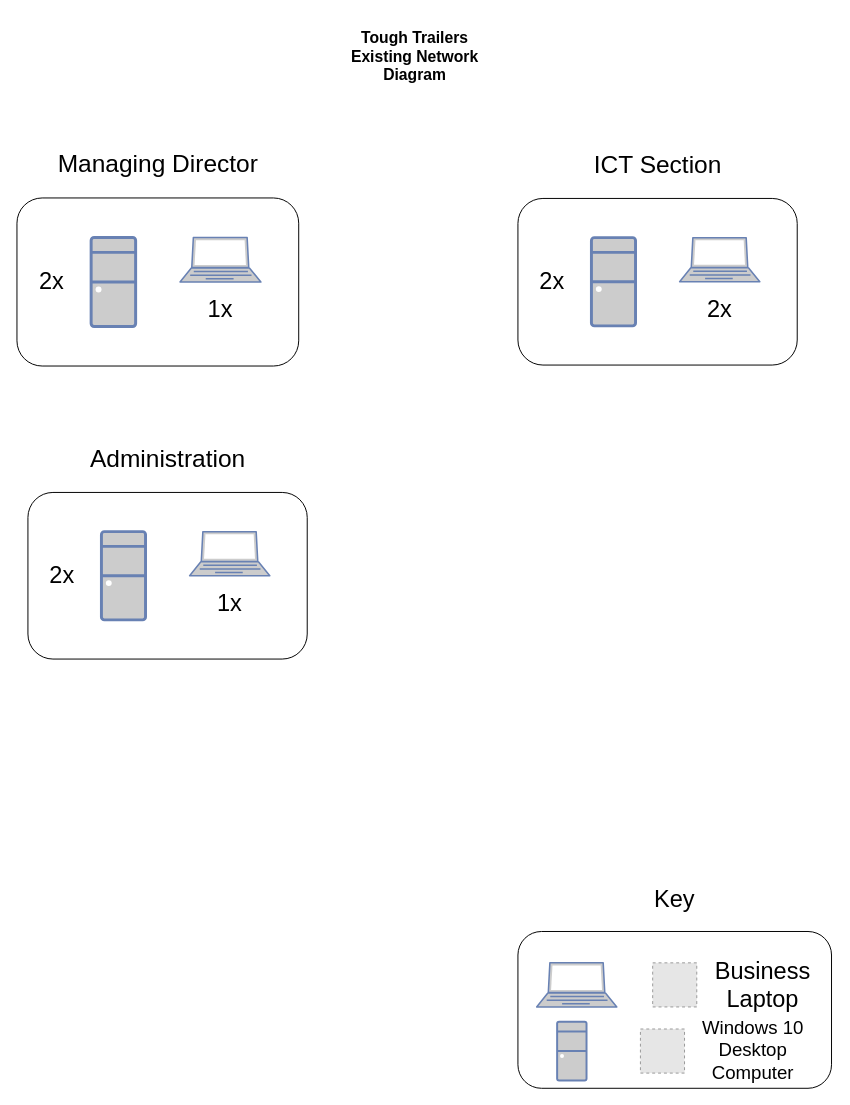
The draw.io diagram ToughTrailersExistingNetworkDiagram.drawio in TechWiz-3/Network-Diagrams, before the edit. Source tidied: cells renumbered, new cells numbered last; positions are measured from the earlier drawing's top-left corner, leaving out a move shared by most shapes. Both pictures are drawn from the tidied source at 98%, with x=0, y=0 at pixel (17, 17). Pictures stored in the file or linked from it are replaced by grey dashed boxes.
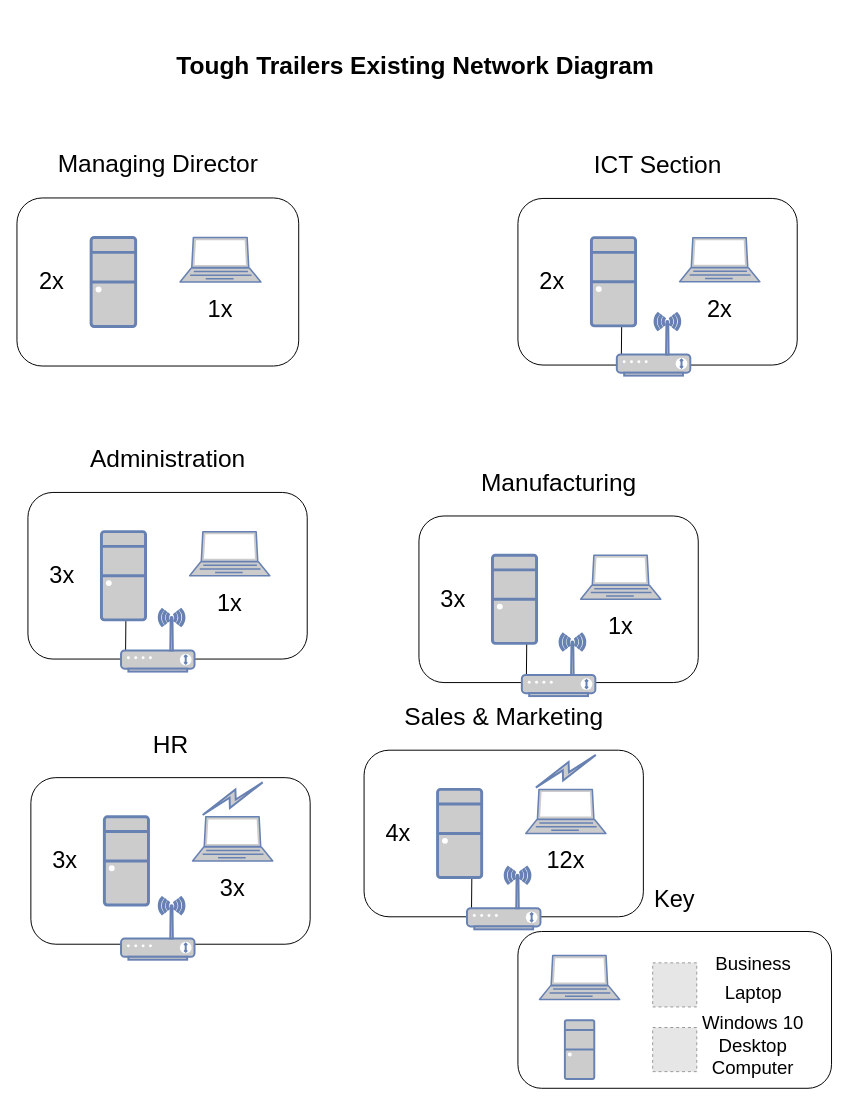
After the change.

Diff of the diagram source:
```diff
@@
-    <mxCell id="2" value="&lt;font style=&quot;font-size: 16px;&quot;&gt;&lt;b&gt;&lt;font style=&quot;font-size: 16px;&quot;&gt;Tough Trailers Existing Network Diagram&lt;/font&gt;&lt;/b&gt;&lt;/font&gt;" style="text;html=1;strokeColor=none;fillColor=none;align=center;verticalAlign=middle;whiteSpace=wrap;rounded=0;" parent="1" vertex="1">
-      <mxGeometry x="336" width="140" height="80" as="geometry" />
+    <mxCell id="2" value="&lt;font style=&quot;font-size: 25px;&quot;&gt;&lt;b&gt;&lt;font style=&quot;font-size: 25px;&quot;&gt;Tough Trailers Existing Network Diagram&lt;/font&gt;&lt;/b&gt;&lt;/font&gt;" style="text;html=1;strokeColor=none;fillColor=none;align=center;verticalAlign=middle;whiteSpace=wrap;rounded=0;" parent="1" vertex="1">
+      <mxGeometry x="151" y="9" width="511" height="80" as="geometry" />
     </mxCell>
@@
     <mxCell id="5" style="fontColor=#0066CC;verticalAlign=top;verticalLabelPosition=bottom;labelPosition=center;align=center;html=1;fillColor=#CCCCCC;strokeColor=#6881B3;gradientColor=none;gradientDirection=north;strokeWidth=2;shape=mxgraph.networks.laptop;rounded=1;fontSize=24;" parent="1" vertex="1">
-      <mxGeometry x="530.1" y="965" width="81.8" height="45" as="geometry" />
+      <mxGeometry x="533" y="957.5" width="81.8" height="45" as="geometry" />
     </mxCell>
@@
-    <mxCell id="7" value="Business Laptop" style="text;html=1;strokeColor=none;fillColor=none;align=center;verticalAlign=middle;whiteSpace=wrap;rounded=0;fontSize=24;" parent="1" vertex="1">
-      <mxGeometry x="731" y="972.5" width="60" height="30" as="geometry" />
+    <mxCell id="7" value="&lt;font style=&quot;font-size: 19px;&quot;&gt;Business Laptop&lt;/font&gt;" style="text;html=1;strokeColor=none;fillColor=none;align=center;verticalAlign=middle;whiteSpace=wrap;rounded=0;fontSize=24;" parent="1" vertex="1">
+      <mxGeometry x="704.5" y="948.5" width="93" height="61.5" as="geometry" />
     </mxCell>
     <mxCell id="8" style="fontColor=#0066CC;verticalAlign=top;verticalLabelPosition=bottom;labelPosition=center;align=center;html=1;fillColor=#CCCCCC;strokeColor=#6881B3;gradientColor=none;gradientDirection=north;strokeWidth=2;shape=mxgraph.networks.desktop_pc;rounded=1;fontSize=24;" parent="1" vertex="1">
-      <mxGeometry x="551" y="1025" width="30" height="60" as="geometry" />
+      <mxGeometry x="558.9" y="1023.5" width="30" height="60" as="geometry" />
     </mxCell>
     <mxCell id="9" style="fillColor=#E6E6E6;strokeColor=#999999;dashed=1;html=1;verticalAlign=top;verticalLabelPosition=bottom;labelBackgroundColor=#ffffff;fontSize=24;" parent="1" vertex="1">
-      <mxGeometry x="636" y="1032.5" width="45" height="45" as="geometry" />
+      <mxGeometry x="648.5" y="1031" width="45" height="45" as="geometry" />
     </mxCell>
     <mxCell id="10" value="&lt;div style=&quot;font-size: 19px;&quot; align=&quot;center&quot;&gt;&lt;font style=&quot;font-size: 19px;&quot;&gt;Windows 10&lt;/font&gt; &lt;font style=&quot;font-size: 19px;&quot;&gt;Desktop Computer&lt;/font&gt;&lt;/div&gt;" style="text;html=1;strokeColor=none;fillColor=none;align=center;verticalAlign=middle;whiteSpace=wrap;rounded=0;fontFamily=Helvetica;fontSize=19;" parent="1" vertex="1">
-      <mxGeometry x="681" y="1044.1" width="140" height="21.7" as="geometry" />
+      <mxGeometry x="681" y="1020" width="140" height="60.9" as="geometry" />
     </mxCell>
@@
     <mxCell id="18" style="group;" parent="1" vertex="1">
-      <mxGeometry x="511" y="125" width="285" height="230" as="geometry" />
+      <mxGeometry x="511" y="125" width="285" height="242.8" as="geometry" />
     </mxCell>
@@
-    <mxCell id="22" style="fontColor=#0066CC;verticalAlign=top;verticalLabelPosition=bottom;labelPosition=center;align=center;html=1;fillColor=#CCCCCC;strokeColor=#6881B3;gradientColor=none;gradientDirection=north;strokeWidth=2;shape=mxgraph.networks.desktop_pc;rounded=1;fontSize=24;" parent="18" vertex="1">
-      <mxGeometry x="75" y="100" width="45" height="90" as="geometry" />
-    </mxCell>
@@
+    <mxCell id="32" style="endArrow=none;html=1;rounded=0;fontFamily=Helvetica;fontSize=19;entryX=0.339;entryY=1.008;entryDx=0;entryDy=0;entryPerimeter=0;" parent="18" edge="1">
+      <mxGeometry relative="1" as="geometry">
+        <mxPoint x="105.9" y="184" as="sourcePoint" />
+        <mxPoint x="105.5" y="225.4" as="targetPoint" />
+      </mxGeometry>
+    </mxCell>
+    <mxCell id="33" style="fontColor=#0066CC;verticalAlign=top;verticalLabelPosition=bottom;labelPosition=center;align=center;html=1;fillColor=#CCCCCC;strokeColor=#6881B3;gradientColor=none;gradientDirection=north;strokeWidth=2;shape=mxgraph.networks.wireless_modem;rounded=1;fontFamily=Helvetica;fontSize=19;" parent="18" vertex="1">
+      <mxGeometry x="100.9" y="177" width="75" height="63.8" as="geometry" />
+    </mxCell>
+    <mxCell id="22" style="fontColor=#0066CC;verticalAlign=top;verticalLabelPosition=bottom;labelPosition=center;align=center;html=1;fillColor=#CCCCCC;strokeColor=#6881B3;gradientColor=none;gradientDirection=north;strokeWidth=2;shape=mxgraph.networks.desktop_pc;rounded=1;fontSize=24;" parent="18" vertex="1">
+      <mxGeometry x="75" y="100" width="45" height="90" as="geometry" />
+    </mxCell>
     <mxCell id="25" style="group;" parent="1" vertex="1">
-      <mxGeometry x="11" y="425" width="285" height="230" as="geometry" />
+      <mxGeometry x="11" y="425" width="285" height="242.8" as="geometry" />
     </mxCell>
@@
-    <mxCell id="29" style="fontColor=#0066CC;verticalAlign=top;verticalLabelPosition=bottom;labelPosition=center;align=center;html=1;fillColor=#CCCCCC;strokeColor=#6881B3;gradientColor=none;gradientDirection=north;strokeWidth=2;shape=mxgraph.networks.desktop_pc;rounded=1;fontSize=24;" parent="25" vertex="1">
-      <mxGeometry x="75" y="100" width="45" height="90" as="geometry" />
-    </mxCell>
-    <mxCell id="30" value="&lt;font style=&quot;font-size: 24px;&quot;&gt;2x&lt;/font&gt;" style="text;html=1;strokeColor=none;fillColor=none;align=center;verticalAlign=middle;whiteSpace=wrap;rounded=0;fontFamily=Helvetica;fontSize=17;" parent="25" vertex="1">
+    <mxCell id="30" value="&lt;font style=&quot;font-size: 24px;&quot;&gt;3x&lt;/font&gt;" style="text;html=1;strokeColor=none;fillColor=none;align=center;verticalAlign=middle;whiteSpace=wrap;rounded=0;fontFamily=Helvetica;fontSize=17;" parent="25" vertex="1">
       <mxGeometry x="5" y="130" width="60" height="30" as="geometry" />
     </mxCell>
@@
+    <mxCell id="34" style="endArrow=none;html=1;rounded=0;fontFamily=Helvetica;fontSize=19;entryX=0.339;entryY=1.008;entryDx=0;entryDy=0;entryPerimeter=0;" parent="25" edge="1">
+      <mxGeometry relative="1" as="geometry">
+        <mxPoint x="100" y="186" as="sourcePoint" />
+        <mxPoint x="99.6" y="227.4" as="targetPoint" />
+      </mxGeometry>
+    </mxCell>
+    <mxCell id="35" style="fontColor=#0066CC;verticalAlign=top;verticalLabelPosition=bottom;labelPosition=center;align=center;html=1;fillColor=#CCCCCC;strokeColor=#6881B3;gradientColor=none;gradientDirection=north;strokeWidth=2;shape=mxgraph.networks.wireless_modem;rounded=1;fontFamily=Helvetica;fontSize=19;" parent="25" vertex="1">
+      <mxGeometry x="95" y="179" width="75" height="63.8" as="geometry" />
+    </mxCell>
+    <mxCell id="29" style="fontColor=#0066CC;verticalAlign=top;verticalLabelPosition=bottom;labelPosition=center;align=center;html=1;fillColor=#CCCCCC;strokeColor=#6881B3;gradientColor=none;gradientDirection=north;strokeWidth=2;shape=mxgraph.networks.desktop_pc;rounded=1;fontSize=24;" parent="25" vertex="1">
+      <mxGeometry x="75" y="100" width="45" height="90" as="geometry" />
+    </mxCell>
+    <mxCell id="36" style="group;" parent="1" vertex="1">
+      <mxGeometry x="410" y="449" width="285" height="243.8" as="geometry" />
+    </mxCell>
+    <mxCell id="37" style="rounded=1;whiteSpace=wrap;html=1;fontSize=14;" parent="36" vertex="1">
+      <mxGeometry y="60" width="285" height="170" as="geometry" />
+    </mxCell>
+    <mxCell id="38" value="&lt;font style=&quot;font-size: 25px;&quot;&gt;Manufacturing&lt;/font&gt;" style="text;html=1;strokeColor=none;fillColor=none;align=center;verticalAlign=middle;whiteSpace=wrap;rounded=0;fontSize=14;" parent="36" vertex="1">
+      <mxGeometry x="37.5" width="210" height="50" as="geometry" />
+    </mxCell>
+    <mxCell id="39" style="fontColor=#0066CC;verticalAlign=top;verticalLabelPosition=bottom;labelPosition=center;align=center;html=1;fillColor=#CCCCCC;strokeColor=#6881B3;gradientColor=none;gradientDirection=north;strokeWidth=2;shape=mxgraph.networks.laptop;rounded=1;fontSize=24;" parent="36" vertex="1">
+      <mxGeometry x="165" y="100" width="81.8" height="45" as="geometry" />
+    </mxCell>
+    <mxCell id="40" value="&lt;font style=&quot;font-size: 24px;&quot;&gt;3x&lt;/font&gt;" style="text;html=1;strokeColor=none;fillColor=none;align=center;verticalAlign=middle;whiteSpace=wrap;rounded=0;fontFamily=Helvetica;fontSize=17;" parent="36" vertex="1">
+      <mxGeometry x="5" y="130" width="60" height="30" as="geometry" />
+    </mxCell>
+    <mxCell id="41" value="1x" style="text;html=1;strokeColor=none;fillColor=none;align=center;verticalAlign=middle;whiteSpace=wrap;rounded=0;fontFamily=Helvetica;fontSize=24;" parent="36" vertex="1">
+      <mxGeometry x="175.9" y="157.5" width="60" height="30" as="geometry" />
+    </mxCell>
+    <mxCell id="42" style="endArrow=none;html=1;rounded=0;fontFamily=Helvetica;fontSize=19;entryX=0.339;entryY=1.008;entryDx=0;entryDy=0;entryPerimeter=0;" parent="36" edge="1">
+      <mxGeometry relative="1" as="geometry">
+        <mxPoint x="110" y="187" as="sourcePoint" />
+        <mxPoint x="109.6" y="228.4" as="targetPoint" />
+      </mxGeometry>
+    </mxCell>
+    <mxCell id="43" style="fontColor=#0066CC;verticalAlign=top;verticalLabelPosition=bottom;labelPosition=center;align=center;html=1;fillColor=#CCCCCC;strokeColor=#6881B3;gradientColor=none;gradientDirection=north;strokeWidth=2;shape=mxgraph.networks.wireless_modem;rounded=1;fontFamily=Helvetica;fontSize=19;" parent="36" vertex="1">
+      <mxGeometry x="105" y="180" width="75" height="63.8" as="geometry" />
+    </mxCell>
+    <mxCell id="44" style="fontColor=#0066CC;verticalAlign=top;verticalLabelPosition=bottom;labelPosition=center;align=center;html=1;fillColor=#CCCCCC;strokeColor=#6881B3;gradientColor=none;gradientDirection=north;strokeWidth=2;shape=mxgraph.networks.desktop_pc;rounded=1;fontSize=24;" parent="36" vertex="1">
+      <mxGeometry x="75" y="100" width="45" height="90" as="geometry" />
+    </mxCell>
+    <mxCell id="45" style="group;" parent="1" vertex="1">
+      <mxGeometry x="354" y="688" width="285" height="242.8" as="geometry" />
+    </mxCell>
+    <mxCell id="46" style="rounded=1;whiteSpace=wrap;html=1;fontSize=14;" parent="45" vertex="1">
+      <mxGeometry y="60" width="285" height="170" as="geometry" />
+    </mxCell>
+    <mxCell id="47" value="&lt;font style=&quot;font-size: 25px;&quot;&gt;Sales &amp;amp; Marketing&lt;/font&gt;" style="text;html=1;strokeColor=none;fillColor=none;align=center;verticalAlign=middle;whiteSpace=wrap;rounded=0;fontSize=14;" parent="45" vertex="1">
+      <mxGeometry x="37.5" width="210" height="50" as="geometry" />
+    </mxCell>
+    <mxCell id="48" style="fontColor=#0066CC;verticalAlign=top;verticalLabelPosition=bottom;labelPosition=center;align=center;html=1;fillColor=#CCCCCC;strokeColor=#6881B3;gradientColor=none;gradientDirection=north;strokeWidth=2;shape=mxgraph.networks.laptop;rounded=1;fontSize=24;" parent="45" vertex="1">
+      <mxGeometry x="165" y="100" width="81.8" height="45" as="geometry" />
+    </mxCell>
+    <mxCell id="49" value="&lt;font style=&quot;font-size: 24px;&quot;&gt;4x&lt;/font&gt;" style="text;html=1;strokeColor=none;fillColor=none;align=center;verticalAlign=middle;whiteSpace=wrap;rounded=0;fontFamily=Helvetica;fontSize=17;" parent="45" vertex="1">
+      <mxGeometry x="5" y="130" width="60" height="30" as="geometry" />
+    </mxCell>
+    <mxCell id="50" value="12x" style="text;html=1;strokeColor=none;fillColor=none;align=center;verticalAlign=middle;whiteSpace=wrap;rounded=0;fontFamily=Helvetica;fontSize=24;" parent="45" vertex="1">
+      <mxGeometry x="175.9" y="157.5" width="60" height="30" as="geometry" />
+    </mxCell>
+    <mxCell id="51" style="html=1;outlineConnect=0;fillColor=#CCCCCC;strokeColor=#6881B3;gradientColor=none;gradientDirection=north;strokeWidth=2;shape=mxgraph.networks.comm_link_edge;html=1;rounded=0;fontFamily=Helvetica;fontSize=19;" parent="45" edge="1">
+      <mxGeometry relative="1" as="geometry">
+        <mxPoint x="171.9" y="100" as="sourcePoint" />
+        <mxPoint x="239.9" y="63" as="targetPoint" />
+      </mxGeometry>
+    </mxCell>
+    <mxCell id="52" style="endArrow=none;html=1;rounded=0;fontFamily=Helvetica;fontSize=19;entryX=0.339;entryY=1.008;entryDx=0;entryDy=0;entryPerimeter=0;" parent="45" edge="1">
+      <mxGeometry relative="1" as="geometry">
+        <mxPoint x="110" y="186" as="sourcePoint" />
+        <mxPoint x="109.6" y="227.4" as="targetPoint" />
+      </mxGeometry>
+    </mxCell>
+    <mxCell id="53" style="fontColor=#0066CC;verticalAlign=top;verticalLabelPosition=bottom;labelPosition=center;align=center;html=1;fillColor=#CCCCCC;strokeColor=#6881B3;gradientColor=none;gradientDirection=north;strokeWidth=2;shape=mxgraph.networks.wireless_modem;rounded=1;fontFamily=Helvetica;fontSize=19;" parent="45" vertex="1">
+      <mxGeometry x="105" y="179" width="75" height="63.8" as="geometry" />
+    </mxCell>
+    <mxCell id="54" style="fontColor=#0066CC;verticalAlign=top;verticalLabelPosition=bottom;labelPosition=center;align=center;html=1;fillColor=#CCCCCC;strokeColor=#6881B3;gradientColor=none;gradientDirection=north;strokeWidth=2;shape=mxgraph.networks.desktop_pc;rounded=1;fontSize=24;" parent="45" vertex="1">
+      <mxGeometry x="75" y="100" width="45" height="90" as="geometry" />
+    </mxCell>
+    <mxCell id="55" style="group;" parent="1" vertex="1">
+      <mxGeometry x="14" y="716" width="285" height="245.8" as="geometry" />
+    </mxCell>
+    <mxCell id="56" style="group;" parent="55" vertex="1">
+      <mxGeometry width="285" height="230" as="geometry" />
+    </mxCell>
+    <mxCell id="57" style="group;" parent="56" vertex="1">
+      <mxGeometry y="60" width="285" height="170" as="geometry" />
+    </mxCell>
+    <mxCell id="58" style="group;" parent="57" vertex="1">
+      <mxGeometry width="285" height="170" as="geometry" />
+    </mxCell>
+    <mxCell id="59" style="rounded=1;whiteSpace=wrap;html=1;fontSize=14;" parent="58" vertex="1">
+      <mxGeometry width="285" height="170" as="geometry" />
+    </mxCell>
+    <mxCell id="60" style="group;" parent="57" vertex="1">
+      <mxGeometry x="165" y="3" width="81.8" height="82" as="geometry" />
+    </mxCell>
+    <mxCell id="61" style="fontColor=#0066CC;verticalAlign=top;verticalLabelPosition=bottom;labelPosition=center;align=center;html=1;fillColor=#CCCCCC;strokeColor=#6881B3;gradientColor=none;gradientDirection=north;strokeWidth=2;shape=mxgraph.networks.laptop;rounded=1;fontSize=24;" parent="60" vertex="1">
+      <mxGeometry y="37" width="81.8" height="45" as="geometry" />
+    </mxCell>
+    <mxCell id="62" style="html=1;outlineConnect=0;fillColor=#CCCCCC;strokeColor=#6881B3;gradientColor=none;gradientDirection=north;strokeWidth=2;shape=mxgraph.networks.comm_link_edge;html=1;rounded=0;fontFamily=Helvetica;fontSize=19;" parent="60" edge="1">
+      <mxGeometry relative="1" as="geometry">
+        <mxPoint x="6.9" y="37" as="sourcePoint" />
+        <mxPoint x="74.9" as="targetPoint" />
+      </mxGeometry>
+    </mxCell>
+    <mxCell id="63" value="&lt;font style=&quot;font-size: 25px;&quot;&gt;HR&lt;/font&gt;" style="text;html=1;strokeColor=none;fillColor=none;align=center;verticalAlign=middle;whiteSpace=wrap;rounded=0;fontSize=14;" parent="56" vertex="1">
+      <mxGeometry x="37.5" width="210" height="50" as="geometry" />
+    </mxCell>
+    <mxCell id="64" style="fontColor=#0066CC;verticalAlign=top;verticalLabelPosition=bottom;labelPosition=center;align=center;html=1;fillColor=#CCCCCC;strokeColor=#6881B3;gradientColor=none;gradientDirection=north;strokeWidth=2;shape=mxgraph.networks.desktop_pc;rounded=1;fontSize=24;" parent="56" vertex="1">
+      <mxGeometry x="75" y="100" width="45" height="90" as="geometry" />
+    </mxCell>
+    <mxCell id="65" value="&lt;font style=&quot;font-size: 24px;&quot;&gt;3x&lt;/font&gt;" style="text;html=1;strokeColor=none;fillColor=none;align=center;verticalAlign=middle;whiteSpace=wrap;rounded=0;fontFamily=Helvetica;fontSize=17;" parent="56" vertex="1">
+      <mxGeometry x="5" y="130" width="60" height="30" as="geometry" />
+    </mxCell>
+    <mxCell id="66" value="3x" style="text;html=1;strokeColor=none;fillColor=none;align=center;verticalAlign=middle;whiteSpace=wrap;rounded=0;fontFamily=Helvetica;fontSize=24;" parent="56" vertex="1">
+      <mxGeometry x="175.9" y="157.5" width="60" height="30" as="geometry" />
+    </mxCell>
+    <mxCell id="67" style="fontColor=#0066CC;verticalAlign=top;verticalLabelPosition=bottom;labelPosition=center;align=center;html=1;fillColor=#CCCCCC;strokeColor=#6881B3;gradientColor=none;gradientDirection=north;strokeWidth=2;shape=mxgraph.networks.wireless_modem;rounded=1;fontFamily=Helvetica;fontSize=19;" parent="55" vertex="1">
+      <mxGeometry x="92" y="182" width="75" height="63.8" as="geometry" />
+    </mxCell>
```
